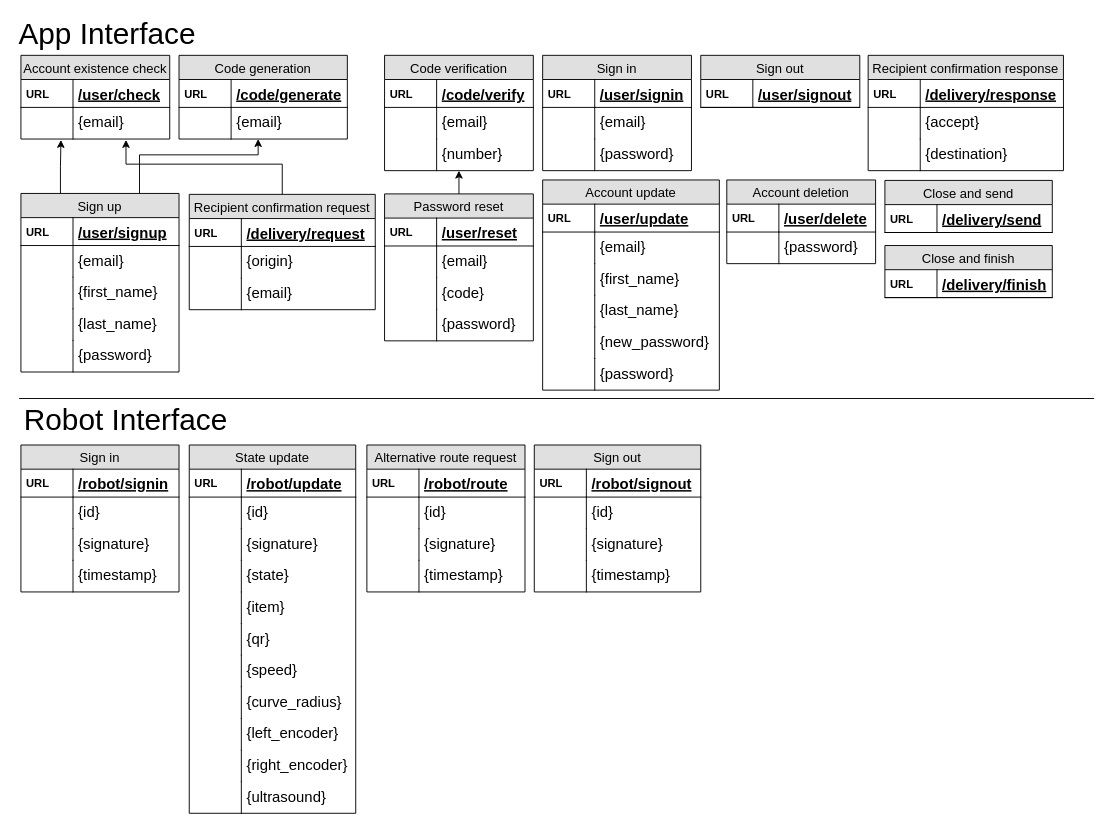
This is server/modeling/Server Modelling.drawio from developedby/DLVR, a draw.io file, before an edit. Source tidied: cells renumbered, new cells numbered last; positions are measured from the earlier drawing's top-left corner, leaving out a move shared by most shapes. Both pictures are drawn from the tidied source at 93%, with x=0, y=0 at pixel (16, 24).
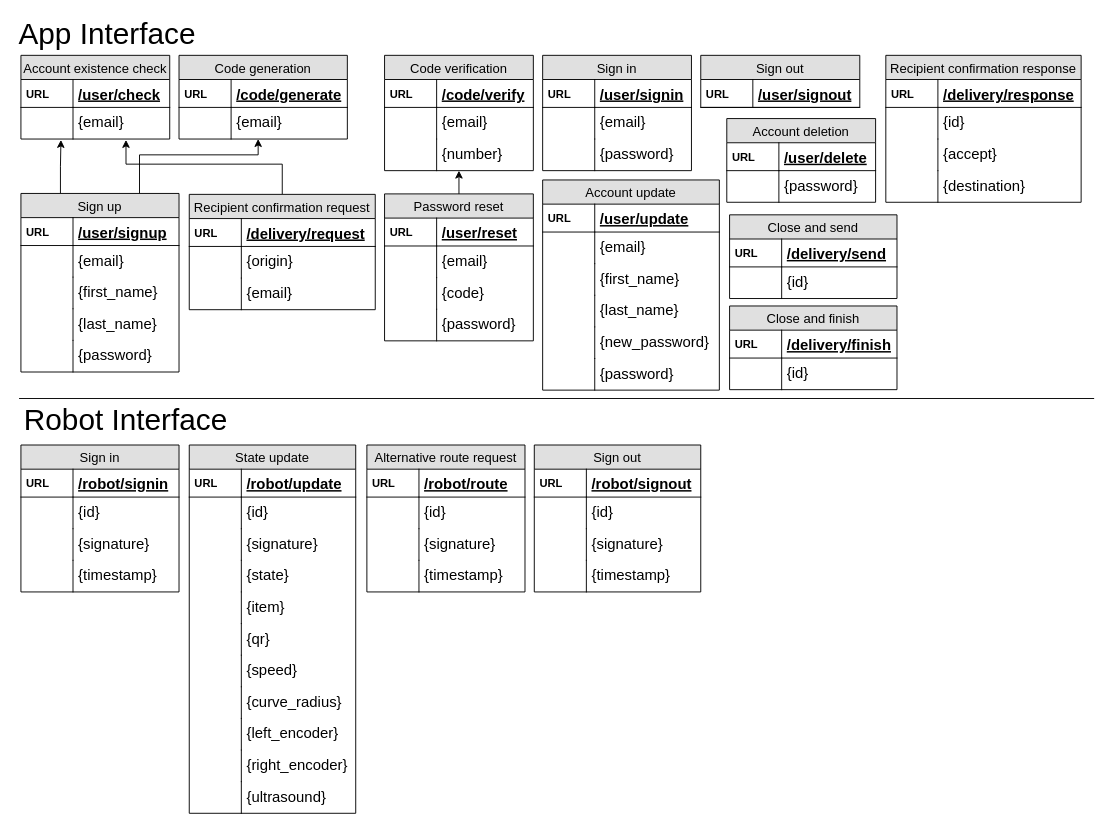
The same diagram, later.

What changed in the source:
```diff
@@
     <mxCell id="63" value="Recipient confirmation response" style="swimlane;fontStyle=0;horizontal=1;startSize=26;fillColor=#e0e0e0;swimlaneFillColor=#ffffff;align=center;fontSize=14;" parent="1" vertex="1">
-      <mxGeometry x="916" y="33" width="210" height="124" as="geometry" />
+      <mxGeometry x="935" y="33" width="210" height="158" as="geometry" />
     </mxCell>
@@
-    <mxCell id="66" value="{accept}" style="shape=partialRectangle;top=0;left=0;right=0;bottom=0;align=left;verticalAlign=top;fillColor=none;spacingLeft=60;spacingRight=4;overflow=hidden;fontSize=16;" parent="63" vertex="1">
+    <mxCell id="66" value="{id}" style="shape=partialRectangle;top=0;left=0;right=0;bottom=0;align=left;verticalAlign=top;fillColor=none;spacingLeft=60;spacingRight=4;overflow=hidden;fontSize=16;" parent="63" vertex="1">
       <mxGeometry y="56" width="210" height="34" as="geometry" />
     </mxCell>
@@
+    <mxCell id="144" value="{accept}" style="shape=partialRectangle;top=0;left=0;right=0;bottom=0;align=left;verticalAlign=top;fillColor=none;spacingLeft=60;spacingRight=4;overflow=hidden;fontSize=16;" parent="63" vertex="1">
+      <mxGeometry y="90" width="210" height="34" as="geometry" />
+    </mxCell>
+    <mxCell id="145" style="shape=partialRectangle;top=0;left=0;bottom=0;fillColor=none;align=left;verticalAlign=top;spacingLeft=4;spacingRight=4;overflow=hidden;fontSize=12;" parent="144" vertex="1">
+      <mxGeometry width="56" height="34" as="geometry" />
+    </mxCell>
     <mxCell id="68" value="{destination}" style="shape=partialRectangle;top=0;left=0;right=0;bottom=0;align=left;verticalAlign=top;fillColor=none;spacingLeft=60;spacingRight=4;overflow=hidden;fontSize=16;" parent="63" vertex="1">
-      <mxGeometry y="90" width="210" height="34" as="geometry" />
+      <mxGeometry y="124" width="210" height="34" as="geometry" />
     </mxCell>
@@
     <mxCell id="83" value="Account deletion" style="swimlane;fontStyle=0;horizontal=1;startSize=26;fillColor=#e0e0e0;swimlaneFillColor=#ffffff;align=center;fontSize=14;" parent="1" vertex="1">
-      <mxGeometry x="764" y="167" width="160" height="90" as="geometry" />
+      <mxGeometry x="764" y="101" width="160" height="90" as="geometry" />
     </mxCell>
@@
     <mxCell id="88" value="Close and send" style="swimlane;fontStyle=0;horizontal=1;startSize=26;fillColor=#e0e0e0;swimlaneFillColor=#ffffff;align=center;fontSize=14;" parent="1" vertex="1">
-      <mxGeometry x="934" y="167.5" width="180" height="56" as="geometry" />
+      <mxGeometry x="767" y="204.5" width="180" height="90" as="geometry" />
     </mxCell>
@@
+    <mxCell id="146" value="{id}" style="shape=partialRectangle;top=0;left=0;right=0;bottom=0;align=left;verticalAlign=top;fillColor=none;spacingLeft=60;spacingRight=4;overflow=hidden;fontSize=16;" parent="88" vertex="1">
+      <mxGeometry y="56" width="180" height="34" as="geometry" />
+    </mxCell>
+    <mxCell id="147" style="shape=partialRectangle;top=0;left=0;bottom=0;fillColor=none;align=left;verticalAlign=top;spacingLeft=4;spacingRight=4;overflow=hidden;fontSize=12;" parent="146" vertex="1">
+      <mxGeometry width="56" height="34" as="geometry" />
+    </mxCell>
     <mxCell id="91" value="Close and finish" style="swimlane;fontStyle=0;horizontal=1;startSize=26;fillColor=#e0e0e0;swimlaneFillColor=#ffffff;align=center;fontSize=14;" parent="1" vertex="1">
-      <mxGeometry x="934" y="237.5" width="180" height="56" as="geometry" />
+      <mxGeometry x="767" y="302.5" width="180" height="90" as="geometry" />
     </mxCell>
@@
+    <mxCell id="148" value="{id}" style="shape=partialRectangle;top=0;left=0;right=0;bottom=0;align=left;verticalAlign=top;fillColor=none;spacingLeft=60;spacingRight=4;overflow=hidden;fontSize=16;" parent="91" vertex="1">
+      <mxGeometry y="56" width="180" height="34" as="geometry" />
+    </mxCell>
+    <mxCell id="149" style="shape=partialRectangle;top=0;left=0;bottom=0;fillColor=none;align=left;verticalAlign=top;spacingLeft=4;spacingRight=4;overflow=hidden;fontSize=12;" parent="148" vertex="1">
+      <mxGeometry width="56" height="34" as="geometry" />
+    </mxCell>
```
